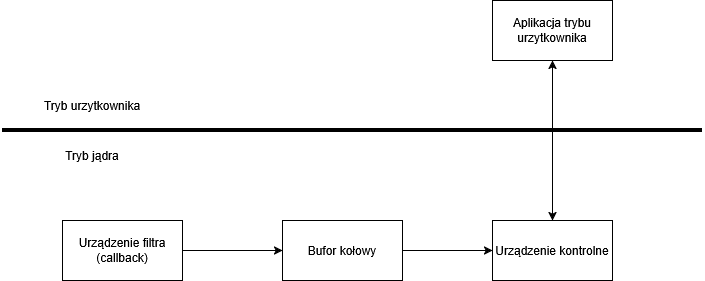
Before: sprawozdanie/img/OS_data_flow.png, a diagram exported from draw.io (nikodemczachorowski/OS_keylogger). Source tidied: cells renumbered, new cells last; positions are measured from the earlier drawing's top-left corner, leaving out a move shared by most shapes. Source of this version:
```xml
<mxGraphModel>
  <root>
    <mxCell id="0" />
    <mxCell id="1" parent="0" />
    <mxCell id="2" value="Aplikacja trybu urzytkownika" style="rounded=0;whiteSpace=wrap;html=1;" parent="1" vertex="1">
      <mxGeometry x="490" width="120" height="60" as="geometry" />
    </mxCell>
    <mxCell id="3" value="Urządzenie kontrolne" style="rounded=0;whiteSpace=wrap;html=1;" parent="1" vertex="1">
      <mxGeometry x="490" y="220" width="120" height="60" as="geometry" />
    </mxCell>
    <mxCell id="4" value="Urządzenie filtra (callback)" style="rounded=0;whiteSpace=wrap;html=1;" parent="1" vertex="1">
      <mxGeometry x="60" y="220" width="120" height="60" as="geometry" />
    </mxCell>
    <mxCell id="5" value="Bufor kołowy" style="rounded=0;whiteSpace=wrap;html=1;" parent="1" vertex="1">
      <mxGeometry x="280" y="220" width="120" height="60" as="geometry" />
    </mxCell>
    <mxCell id="6" style="endArrow=classic;html=1;rounded=0;exitX=1;exitY=0.5;exitDx=0;exitDy=0;entryX=0;entryY=0.5;entryDx=0;entryDy=0;" parent="1" edge="1" source="4" target="5">
      <mxGeometry relative="1" as="geometry" />
    </mxCell>
    <mxCell id="7" style="endArrow=classic;html=1;rounded=0;exitX=1;exitY=0.5;exitDx=0;exitDy=0;entryX=0;entryY=0.5;entryDx=0;entryDy=0;" parent="1" edge="1" source="5" target="3">
      <mxGeometry relative="1" as="geometry" />
    </mxCell>
    <mxCell id="8" style="endArrow=classic;startArrow=classic;html=1;rounded=0;exitX=0.5;exitY=0;exitDx=0;exitDy=0;entryX=0.5;entryY=1;entryDx=0;entryDy=0;" parent="1" edge="1" source="3" target="2">
      <mxGeometry relative="1" as="geometry" />
    </mxCell>
    <mxCell id="9" style="endArrow=none;html=1;rounded=0;strokeWidth=4;" parent="1" edge="1">
      <mxGeometry relative="1" as="geometry">
        <mxPoint y="130" as="sourcePoint" />
        <mxPoint x="700" y="130" as="targetPoint" />
      </mxGeometry>
    </mxCell>
    <mxCell id="10" value="Tryb urzytkownika" style="text;html=1;whiteSpace=wrap;strokeColor=none;fillColor=none;align=center;verticalAlign=middle;rounded=0;" parent="1" vertex="1">
      <mxGeometry y="90" width="180" height="30" as="geometry" />
    </mxCell>
    <mxCell id="11" value="Tryb jądra" style="text;html=1;whiteSpace=wrap;strokeColor=none;fillColor=none;align=center;verticalAlign=middle;rounded=0;" parent="1" vertex="1">
      <mxGeometry y="140" width="180" height="30" as="geometry" />
    </mxCell>
  </root>
</mxGraphModel>
```
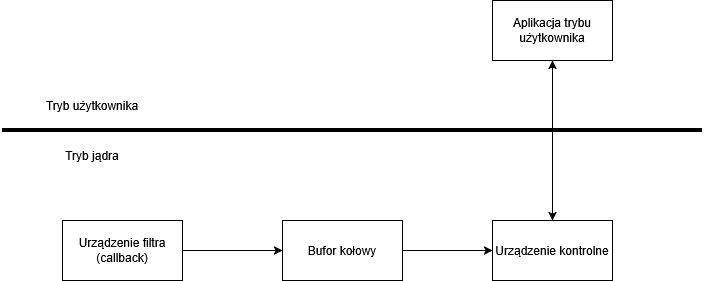
The same diagram one commit later.

What changed in the source:
```diff
@@ -2,7 +2,7 @@
   <root>
     <mxCell id="0" />
     <mxCell id="1" parent="0" />
-    <mxCell id="2" value="Aplikacja trybu urzytkownika" style="rounded=0;whiteSpace=wrap;html=1;" parent="1" vertex="1">
+    <mxCell id="2" value="Aplikacja trybu użytkownika" style="rounded=0;whiteSpace=wrap;html=1;" parent="1" vertex="1">
       <mxGeometry x="490" width="120" height="60" as="geometry" />
     </mxCell>
     <mxCell id="3" value="Urządzenie kontrolne" style="rounded=0;whiteSpace=wrap;html=1;" parent="1" vertex="1">
@@ -29,7 +29,7 @@
         <mxPoint x="700" y="130" as="targetPoint" />
       </mxGeometry>
     </mxCell>
-    <mxCell id="10" value="Tryb urzytkownika" style="text;html=1;whiteSpace=wrap;strokeColor=none;fillColor=none;align=center;verticalAlign=middle;rounded=0;" parent="1" vertex="1">
+    <mxCell id="10" value="Tryb użytkownika" style="text;html=1;whiteSpace=wrap;strokeColor=none;fillColor=none;align=center;verticalAlign=middle;rounded=0;" parent="1" vertex="1">
       <mxGeometry y="90" width="180" height="30" as="geometry" />
     </mxCell>
     <mxCell id="11" value="Tryb jądra" style="text;html=1;whiteSpace=wrap;strokeColor=none;fillColor=none;align=center;verticalAlign=middle;rounded=0;" parent="1" vertex="1">
```
